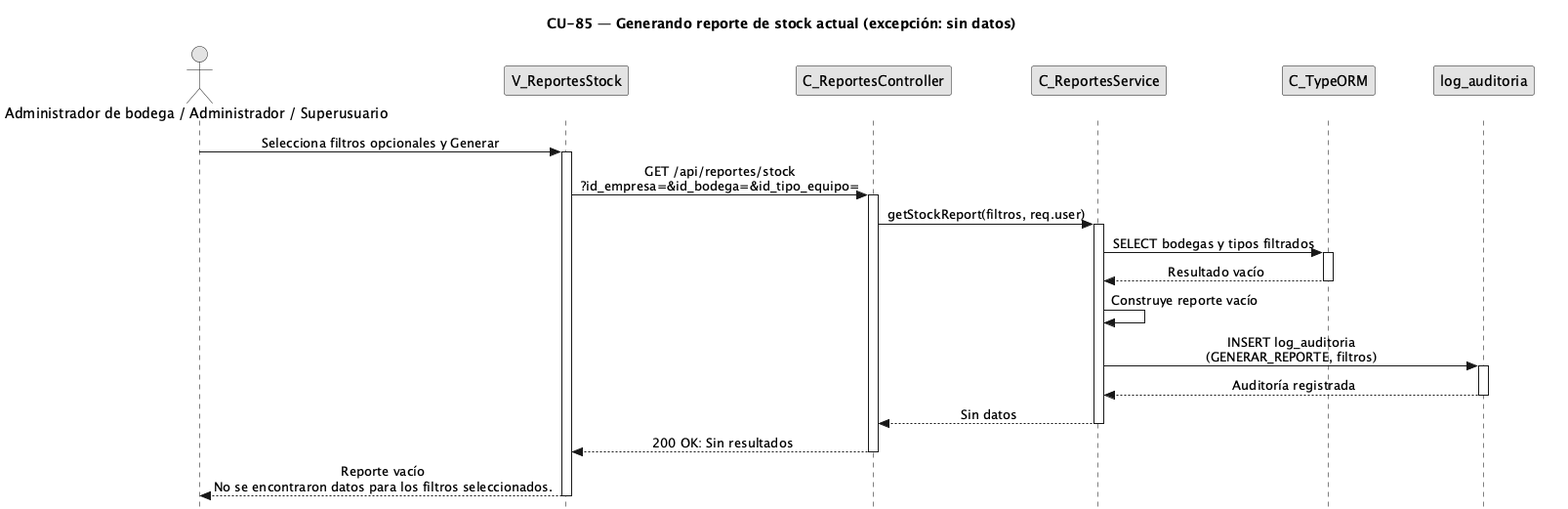
The PlantUML diagram diagramas/diagramas-secuencia/CU85/CU85-excepciones.png in FSM-Finet-y-Cable-Magico/Team_1-Inventario-y-Bodega, before a commit.
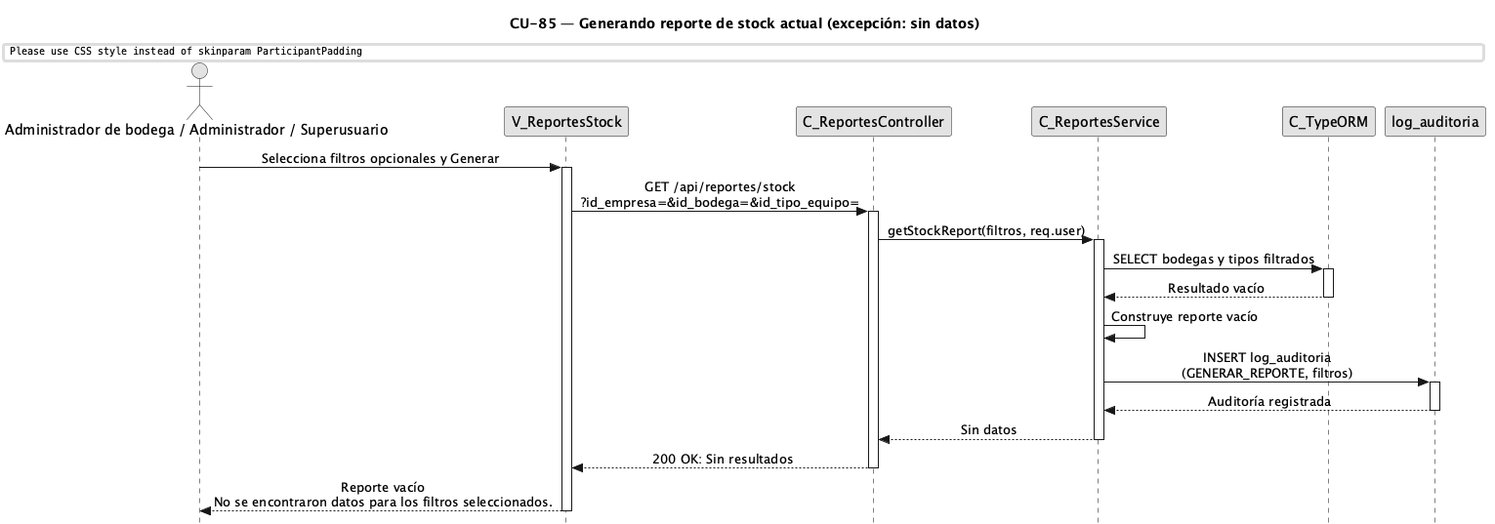
After the commit.

The edit, as a diff of the source:
```diff
@@ -4,12 +4,8 @@
 skinparam style strictuml
 skinparam monochrome true
 skinparam shadowing false
-<style>
-sequenceDiagram {
-  participant { Margin 25 }
-  actor { Margin 20 }
-}
-</style>
+skinparam ParticipantPadding 25
+skinparam ActorPadding 20
 skinparam sequence {
   MessageAlign center
   LifeLineBorderColor black
```
